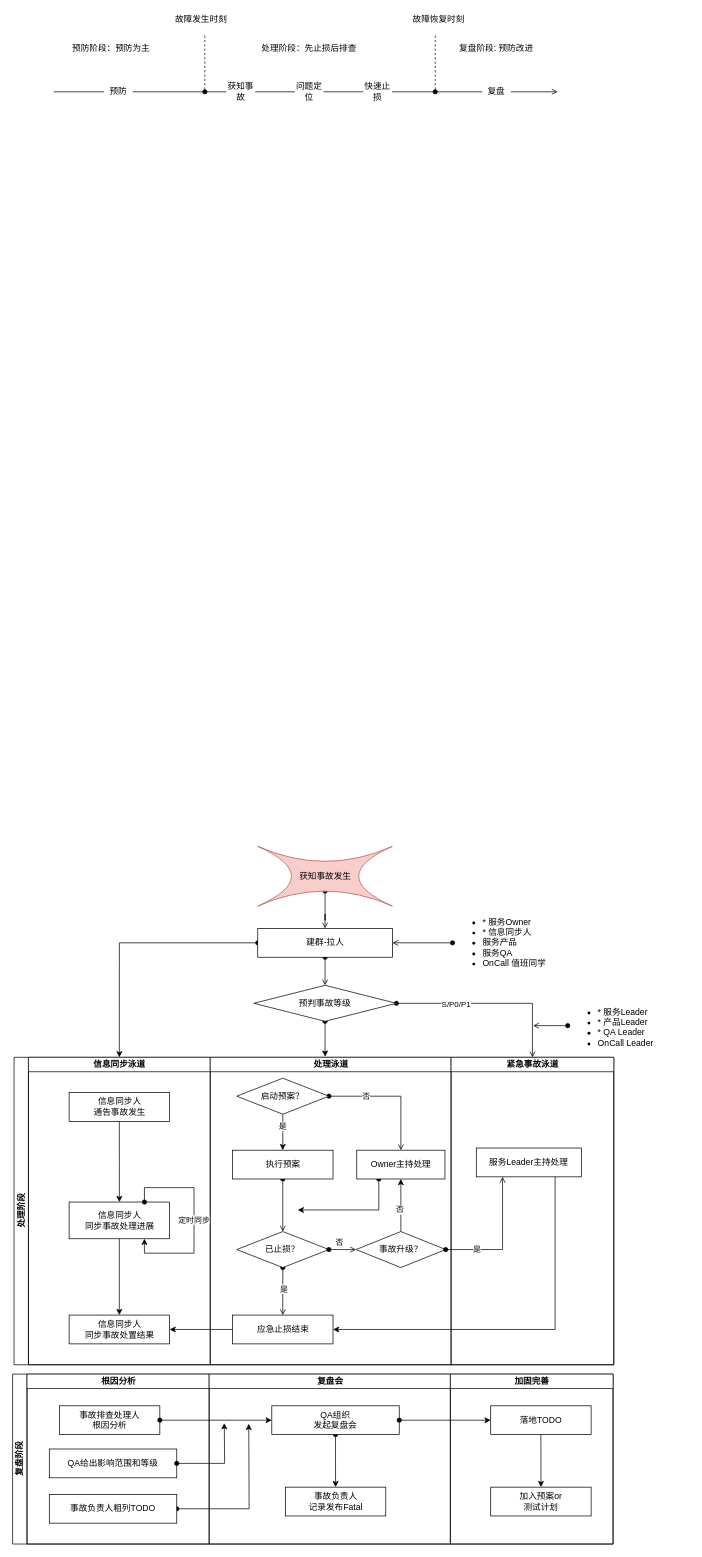
Above: Untitled Diagram.drawio in zhongweng/zimbook (draw.io), before the change. Source tidied: cells renumbered, new cells numbered last; positions are measured from the earlier drawing's top-left corner, leaving out a move shared by most shapes. Both pictures are drawn from the tidied source at 72%, with x=0, y=0 at pixel (12, 12).
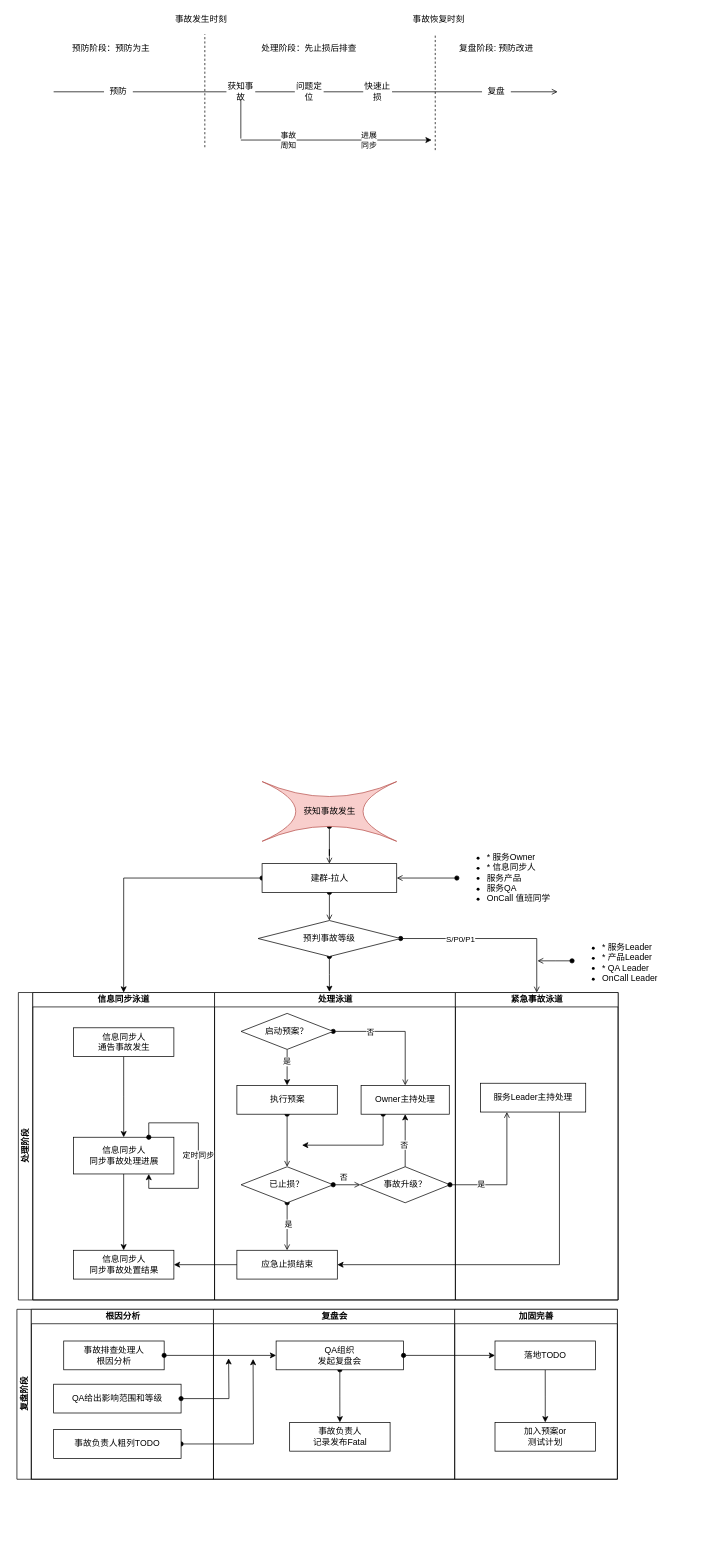
The same page after the edit.

The change refers to these unchanged cells:
```xml
<mxCell id="14" value="获知事故" style="text;html=1;strokeColor=none;fillColor=none;align=center;verticalAlign=middle;whiteSpace=wrap;rounded=0;" parent="1" vertex="1">
  <mxGeometry x="297" y="100" width="40" height="20" as="geometry" />
</mxCell>
<mxCell id="58" value="Owner主持处理" style="whiteSpace=wrap;html=1;" parent="43" vertex="1">
  <mxGeometry x="203.5" y="129" width="122.5" height="40" as="geometry" />
</mxCell>
<mxCell id="70" value="事故负责人粗列TODO" style="whiteSpace=wrap;html=1;" parent="67" vertex="1">
  <mxGeometry x="31" y="167" width="177" height="40" as="geometry" />
</mxCell>
```

Change to the diagram source:
```diff
@@
     <mxCell id="3" value="获知事故发生" style="shape=switch;whiteSpace=wrap;html=1;fillColor=#f8cecc;strokeColor=#b85450;" parent="1" vertex="1">
-      <mxGeometry x="340.5" y="1158" width="187" height="83" as="geometry" />
+      <mxGeometry x="346.5" y="1068" width="187" height="83" as="geometry" />
     </mxCell>
@@
-    <mxCell id="5" style="endArrow=none;dashed=1;html=1;startArrow=oval;startFill=1;" parent="1" edge="1">
+    <mxCell id="5" style="endArrow=none;dashed=1;html=1;startArrow=none;startFill=0;" parent="1" edge="1">
       <mxGeometry relative="1" as="geometry">
-        <mxPoint x="267" y="110" as="sourcePoint" />
+        <mxPoint x="267" y="187" as="sourcePoint" />
         <mxPoint x="267" y="30" as="targetPoint" />
       </mxGeometry>
     </mxCell>
-    <mxCell id="6" style="endArrow=none;dashed=1;html=1;startArrow=oval;startFill=1;" parent="1" edge="1">
+    <mxCell id="6" style="endArrow=none;dashed=1;html=1;startArrow=none;startFill=0;" parent="1" edge="1">
       <mxGeometry relative="1" as="geometry">
-        <mxPoint x="587" y="110" as="sourcePoint" />
+        <mxPoint x="587" y="191" as="sourcePoint" />
         <mxPoint x="587" y="30" as="targetPoint" />
       </mxGeometry>
     </mxCell>
@@
-    <mxCell id="9" value="故障发生时刻" style="text;html=1;strokeColor=none;fillColor=none;align=center;verticalAlign=middle;whiteSpace=wrap;rounded=0;" parent="1" vertex="1">
+    <mxCell id="9" value="事故发生时刻" style="text;html=1;strokeColor=none;fillColor=none;align=center;verticalAlign=middle;whiteSpace=wrap;rounded=0;" parent="1" vertex="1">
       <mxGeometry x="197" width="130" height="20" as="geometry" />
     </mxCell>
-    <mxCell id="10" value="故障恢复时刻" style="text;html=1;strokeColor=none;fillColor=none;align=center;verticalAlign=middle;whiteSpace=wrap;rounded=0;" parent="1" vertex="1">
+    <mxCell id="10" value="事故恢复时刻" style="text;html=1;strokeColor=none;fillColor=none;align=center;verticalAlign=middle;whiteSpace=wrap;rounded=0;" parent="1" vertex="1">
       <mxGeometry x="527" width="130" height="20" as="geometry" />
     </mxCell>
@@
     <mxCell id="26" value="建群-拉人" style="whiteSpace=wrap;html=1;" parent="1" vertex="1">
-      <mxGeometry x="340.5" y="1272" width="187" height="40" as="geometry" />
+      <mxGeometry x="346.5" y="1182" width="187" height="40" as="geometry" />
     </mxCell>
@@
     <mxCell id="28" value="&lt;ul&gt;&lt;li&gt;* 服务Owner&lt;/li&gt;&lt;li&gt;* 信息同步人&lt;/li&gt;&lt;li&gt;服务产品&lt;/li&gt;&lt;li&gt;服务QA&lt;/li&gt;&lt;li&gt;OnCall 值班同学&lt;/li&gt;&lt;/ul&gt;" style="text;strokeColor=none;fillColor=none;html=1;whiteSpace=wrap;verticalAlign=middle;overflow=hidden;" parent="1" vertex="1">
-      <mxGeometry x="611" y="1241" width="163" height="102" as="geometry" />
+      <mxGeometry x="617" y="1151" width="163" height="102" as="geometry" />
     </mxCell>
@@
     <mxCell id="30" value="预判事故等级" style="rhombus;whiteSpace=wrap;html=1;" parent="1" vertex="1">
-      <mxGeometry x="335" y="1351" width="198" height="50" as="geometry" />
+      <mxGeometry x="341" y="1261" width="198" height="50" as="geometry" />
     </mxCell>
     <mxCell id="31" style="edgeStyle=orthogonalEdgeStyle;rounded=0;jettySize=auto;html=1;exitX=0;exitY=0.5;exitDx=0;exitDy=0;startArrow=oval;startFill=1;endArrow=open;endFill=0;" parent="1" edge="1" source="32">
       <mxGeometry relative="1" as="geometry">
-        <mxPoint x="723" y="1407" as="targetPoint" />
+        <mxPoint x="729" y="1317" as="targetPoint" />
       </mxGeometry>
     </mxCell>
     <mxCell id="32" value="&lt;ul&gt;&lt;li&gt;* 服务Leader&lt;/li&gt;&lt;li&gt;* 产品Leader&lt;/li&gt;&lt;li&gt;* QA Leader&lt;/li&gt;&lt;li&gt;OnCall Leader&lt;/li&gt;&lt;/ul&gt;" style="text;strokeColor=none;fillColor=none;html=1;whiteSpace=wrap;verticalAlign=middle;overflow=hidden;" parent="1" vertex="1">
-      <mxGeometry x="771" y="1367" width="163" height="80" as="geometry" />
+      <mxGeometry x="777" y="1277" width="163" height="80" as="geometry" />
     </mxCell>
     <mxCell id="33" style="edgeStyle=orthogonalEdgeStyle;rounded=0;jettySize=auto;html=1;exitX=0.25;exitY=1;exitDx=0;exitDy=0;startArrow=oval;startFill=1;" parent="1" edge="1" source="58">
       <mxGeometry relative="1" as="geometry">
-        <mxPoint x="396" y="1663" as="targetPoint" />
+        <mxPoint x="402" y="1573" as="targetPoint" />
         <Array as="points">
-          <mxPoint x="509" y="1663" />
+          <mxPoint x="515" y="1573" />
         </Array>
       </mxGeometry>
     </mxCell>
     <mxCell id="34" style="edgeStyle=orthogonalEdgeStyle;rounded=0;jettySize=auto;html=1;exitX=1;exitY=0.5;exitDx=0;exitDy=0;startArrow=oval;startFill=1;" parent="1" edge="1" source="70">
       <mxGeometry relative="1" as="geometry">
-        <mxPoint x="328" y="1960" as="targetPoint" />
+        <mxPoint x="334" y="1870" as="targetPoint" />
       </mxGeometry>
     </mxCell>
     <mxCell id="35" value="处理阶段" style="swimlane;html=1;startSize=20;horizontal=0;" parent="1" vertex="1">
-      <mxGeometry x="2" y="1451" width="833" height="427" as="geometry" />
+      <mxGeometry x="8" y="1361" width="833" height="427" as="geometry" />
     </mxCell>
@@
     <mxCell id="66" value="复盘阶段" style="swimlane;html=1;startSize=20;horizontal=0;" parent="1" vertex="1">
-      <mxGeometry y="1891" width="834" height="236" as="geometry" />
+      <mxGeometry x="6" y="1801" width="834" height="236" as="geometry" />
     </mxCell>
@@
+    <mxCell id="82" style="endArrow=classic;html=1;" parent="1" edge="1">
+      <mxGeometry relative="1" as="geometry">
+        <mxPoint x="317" y="177" as="sourcePoint" />
+        <mxPoint x="582" y="177" as="targetPoint" />
+      </mxGeometry>
+    </mxCell>
+    <mxCell id="83" value="事故&lt;br&gt;周知" style="edgeLabel;html=1;align=center;verticalAlign=middle;" parent="82" vertex="1">
+      <mxGeometry x="-0.09" y="-1" relative="1" as="geometry">
+        <mxPoint x="-56" y="-1" as="offset" />
+      </mxGeometry>
+    </mxCell>
+    <mxCell id="84" value="进展&lt;br&gt;同步" style="edgeLabel;html=1;align=center;verticalAlign=middle;" parent="82" vertex="1">
+      <mxGeometry x="0.2" y="-1" relative="1" as="geometry">
+        <mxPoint x="18" y="-1" as="offset" />
+      </mxGeometry>
+    </mxCell>
+    <mxCell id="85" style="endArrow=none;html=1;entryX=0.5;entryY=1;entryDx=0;entryDy=0;" parent="1" edge="1" target="14">
+      <mxGeometry relative="1" as="geometry">
+        <mxPoint x="317" y="175" as="sourcePoint" />
+      </mxGeometry>
+    </mxCell>
```
